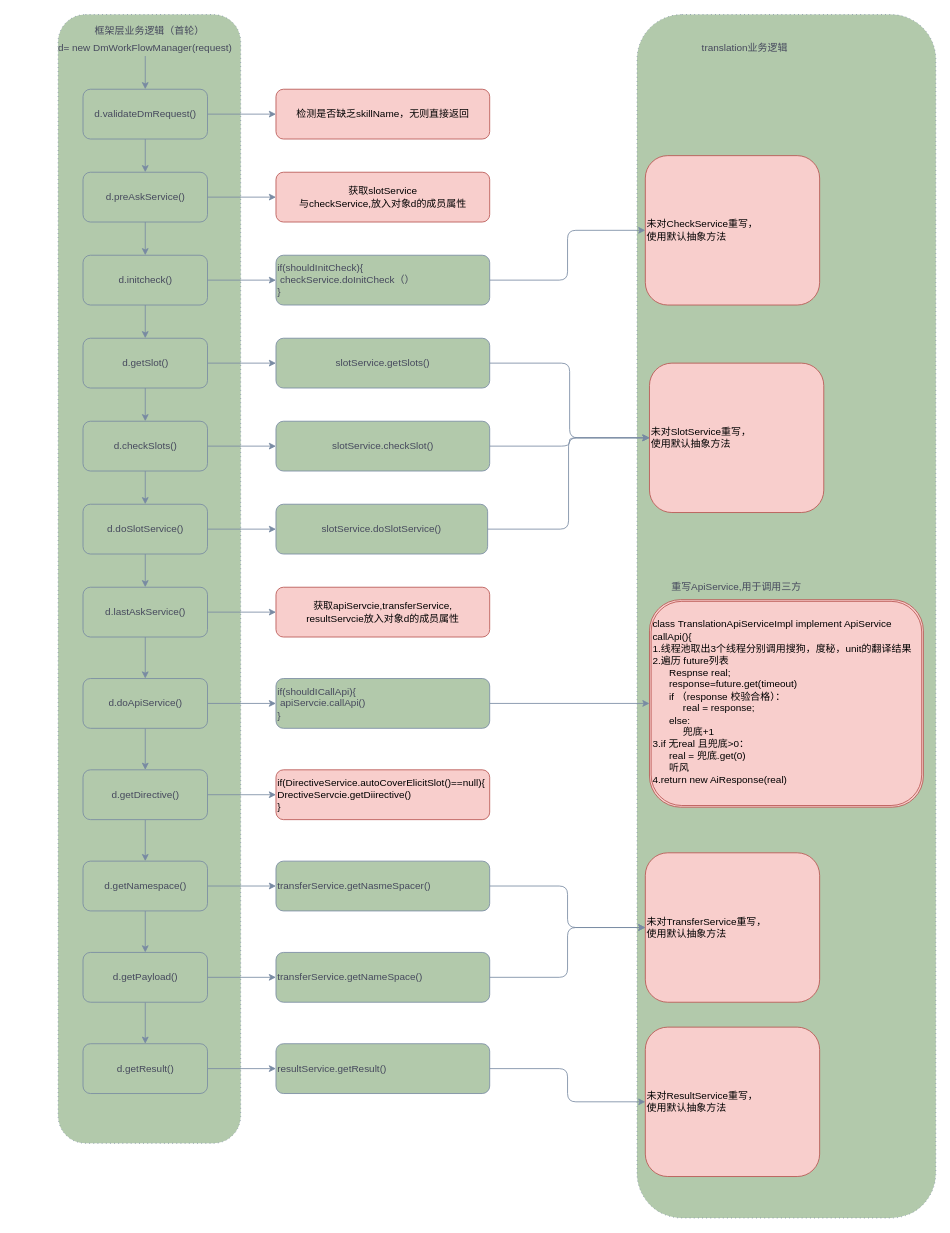
xiujianhua/java_deep_study keeps this draw.io diagram as mybatis/未命名绘图.drawio. Above is the earlier version. Source tidied: cells renumbered, new cells numbered last; positions are measured from the earlier drawing's top-left corner, leaving out a move shared by most shapes. Both pictures are drawn from the tidied source at 83%, with x=0, y=0 at pixel (14, 14).
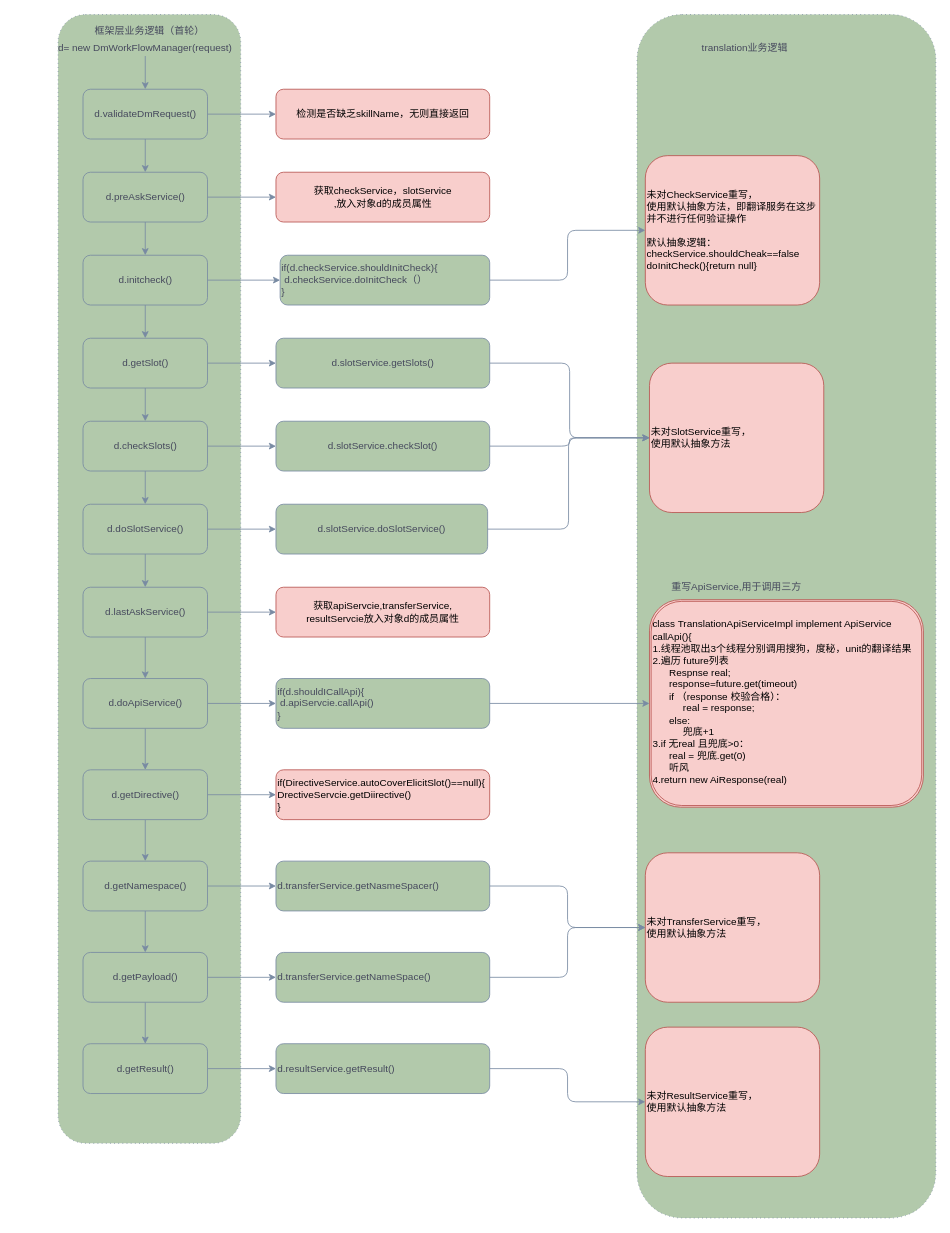
After the change.

Commit message (it also covers changes not shown here):
更新未命名绘图.drawio

The edit, as a diff of the source:
```diff
@@
-    <mxCell id="40" value="获取slotService&lt;br&gt;与checkService,放入对象d的成员属性" style="rounded=1;whiteSpace=wrap;html=1;fillColor=#f8cecc;strokeColor=#b85450;" parent="1" vertex="1">
+    <mxCell id="40" value="获取checkService，slotService&lt;br&gt;,放入对象d的成员属性" style="rounded=1;whiteSpace=wrap;html=1;fillColor=#f8cecc;strokeColor=#b85450;" parent="1" vertex="1">
       <mxGeometry x="315" y="190" width="257.5" height="60" as="geometry" />
     </mxCell>
@@
-    <mxCell id="42" value="if(shouldInitCheck){&lt;br&gt;&amp;nbsp;checkService.doInitCheck（）&lt;br&gt;}" style="rounded=1;whiteSpace=wrap;html=1;align=left;fillColor=#B2C9AB;strokeColor=#788AA3;fontColor=#46495D;" parent="1" vertex="1">
-      <mxGeometry x="315" y="290" width="257.5" height="60" as="geometry" />
+    <mxCell id="42" value="if(d.checkService.shouldInitCheck){&lt;br&gt;&amp;nbsp;d.checkService.doInitCheck（）&lt;br&gt;}" style="rounded=1;whiteSpace=wrap;html=1;align=left;fillColor=#B2C9AB;strokeColor=#788AA3;fontColor=#46495D;" parent="1" vertex="1">
+      <mxGeometry x="320" y="290" width="252.5" height="60" as="geometry" />
     </mxCell>
@@
-    <mxCell id="44" value="slotService.getSlots()" style="rounded=1;whiteSpace=wrap;html=1;fillColor=#B2C9AB;strokeColor=#788AA3;fontColor=#46495D;" parent="1" vertex="1">
+    <mxCell id="44" value="d.slotService.getSlots()" style="rounded=1;whiteSpace=wrap;html=1;fillColor=#B2C9AB;strokeColor=#788AA3;fontColor=#46495D;" parent="1" vertex="1">
       <mxGeometry x="315" y="390" width="257.5" height="60" as="geometry" />
     </mxCell>
@@
-    <mxCell id="46" value="slotService.checkSlot()" style="rounded=1;whiteSpace=wrap;html=1;fillColor=#B2C9AB;strokeColor=#788AA3;fontColor=#46495D;" parent="1" vertex="1">
+    <mxCell id="46" value="d.slotService.checkSlot()" style="rounded=1;whiteSpace=wrap;html=1;fillColor=#B2C9AB;strokeColor=#788AA3;fontColor=#46495D;" parent="1" vertex="1">
       <mxGeometry x="315" y="490" width="257.5" height="60" as="geometry" />
     </mxCell>
@@
-    <mxCell id="48" value="slotService.doSlotService()" style="rounded=1;whiteSpace=wrap;html=1;fillColor=#B2C9AB;strokeColor=#788AA3;fontColor=#46495D;" parent="1" vertex="1">
+    <mxCell id="48" value="d.slotService.doSlotService()" style="rounded=1;whiteSpace=wrap;html=1;fillColor=#B2C9AB;strokeColor=#788AA3;fontColor=#46495D;" parent="1" vertex="1">
       <mxGeometry x="315" y="590" width="255" height="60" as="geometry" />
     </mxCell>
@@
-    <mxCell id="54" value="if(shouldICallApi){&lt;br&gt;&amp;nbsp;apiServcie.callApi()&lt;br&gt;}" style="rounded=1;whiteSpace=wrap;html=1;align=left;fillColor=#B2C9AB;strokeColor=#788AA3;fontColor=#46495D;" parent="1" vertex="1">
+    <mxCell id="54" value="if(d.shouldICallApi){&lt;br&gt;&amp;nbsp;d.apiServcie.callApi()&lt;br&gt;}" style="rounded=1;whiteSpace=wrap;html=1;align=left;fillColor=#B2C9AB;strokeColor=#788AA3;fontColor=#46495D;" parent="1" vertex="1">
       <mxGeometry x="315" y="800" width="257.5" height="60" as="geometry" />
     </mxCell>
@@
-    <mxCell id="57" value="transferService.getNasmeSpacer()" style="rounded=1;whiteSpace=wrap;html=1;align=left;fillColor=#B2C9AB;strokeColor=#788AA3;fontColor=#46495D;" parent="1" vertex="1">
+    <mxCell id="57" value="d.transferService.getNasmeSpacer()" style="rounded=1;whiteSpace=wrap;html=1;align=left;fillColor=#B2C9AB;strokeColor=#788AA3;fontColor=#46495D;" parent="1" vertex="1">
       <mxGeometry x="315" y="1020" width="257.5" height="60" as="geometry" />
     </mxCell>
@@
-    <mxCell id="59" value="transferService.getNameSpace()" style="rounded=1;whiteSpace=wrap;html=1;align=left;fillColor=#B2C9AB;strokeColor=#788AA3;fontColor=#46495D;" parent="1" vertex="1">
+    <mxCell id="59" value="d.transferService.getNameSpace()" style="rounded=1;whiteSpace=wrap;html=1;align=left;fillColor=#B2C9AB;strokeColor=#788AA3;fontColor=#46495D;" parent="1" vertex="1">
       <mxGeometry x="315" y="1130" width="257.5" height="60" as="geometry" />
     </mxCell>
@@
-    <mxCell id="61" value="resultService.getResult()" style="rounded=1;whiteSpace=wrap;html=1;align=left;fillColor=#B2C9AB;strokeColor=#788AA3;fontColor=#46495D;" parent="1" vertex="1">
+    <mxCell id="61" value="d.resultService.getResult()" style="rounded=1;whiteSpace=wrap;html=1;align=left;fillColor=#B2C9AB;strokeColor=#788AA3;fontColor=#46495D;" parent="1" vertex="1">
       <mxGeometry x="315" y="1240" width="257.5" height="60" as="geometry" />
     </mxCell>
@@
-    <mxCell id="65" value="未对CheckService重写，&lt;br&gt;使用默认抽象方法" style="rounded=1;whiteSpace=wrap;html=1;align=left;fillColor=#f8cecc;strokeColor=#b85450;" parent="1" vertex="1">
+    <mxCell id="65" value="未对CheckService重写，&lt;br&gt;使用默认抽象方法，即翻译服务在这步并不进行任何验证操作&lt;br&gt;&lt;br&gt;默认抽象逻辑：&lt;br&gt;checkService.shouldCheak==false&lt;br&gt;doInitCheck(){return null}" style="rounded=1;whiteSpace=wrap;html=1;align=left;fillColor=#f8cecc;strokeColor=#b85450;" parent="1" vertex="1">
       <mxGeometry x="760" y="170" width="210" height="180" as="geometry" />
     </mxCell>
```
